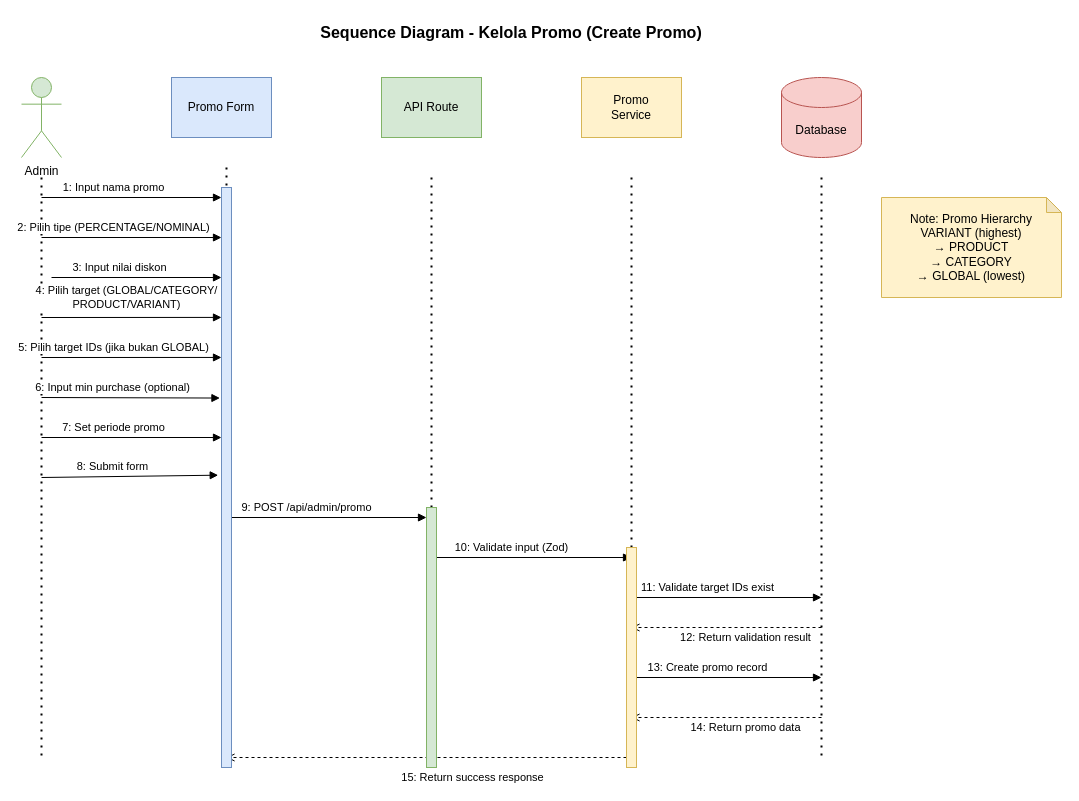
Earlier version of the draw.io diagram fordza-docs/diagrams/sequence-06-kelola-promo.drawio (Aryo1235/fordza-web). Source tidied: cells renumbered, new cells numbered last; positions are measured from the earlier drawing's top-left corner, leaving out a move shared by most shapes. Both pictures are drawn from the tidied source at 100%, with x=0, y=0 at pixel (21, 17).
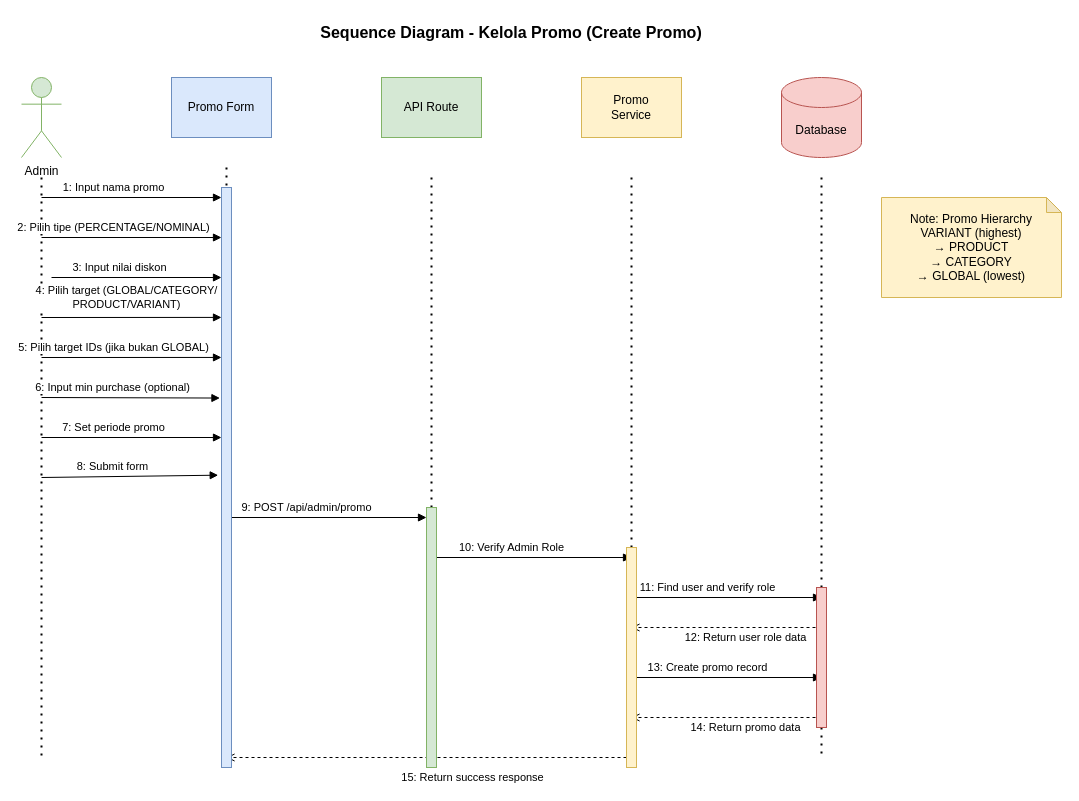
The same diagram, later.

Change to the diagram source:
```diff
@@
-    <mxCell id="12" style="endArrow=none;dashed=1;html=1;dashPattern=1 3;strokeWidth=2;" parent="1" edge="1">
+    <mxCell id="12" style="endArrow=none;dashed=1;html=1;dashPattern=1 3;strokeWidth=2;" parent="1" edge="1" source="33">
       <mxGeometry relative="1" as="geometry">
-        <mxPoint x="800" y="160" as="sourcePoint" />
         <mxPoint x="800" y="740" as="targetPoint" />
       </mxGeometry>
     </mxCell>
@@
-    <mxCell id="22" value="10: Validate input (Zod)" style="endArrow=block;endFill=1;html=1;" parent="1" edge="1">
+    <mxCell id="22" value="10: Verify Admin Role" style="endArrow=block;endFill=1;html=1;" parent="1" edge="1">
       <mxGeometry x="-0.2" y="10" relative="1" as="geometry">
         <mxPoint x="410" y="540" as="sourcePoint" />
         <mxPoint x="610" y="540" as="targetPoint" />
       </mxGeometry>
     </mxCell>
-    <mxCell id="23" value="11: Validate target IDs exist" style="endArrow=block;endFill=1;html=1;" parent="1" edge="1">
+    <mxCell id="23" value="11: Find user and verify role" style="endArrow=block;endFill=1;html=1;" parent="1" edge="1">
       <mxGeometry x="-0.2" y="10" relative="1" as="geometry">
         <mxPoint x="610" y="580" as="sourcePoint" />
         <mxPoint x="800" y="580" as="targetPoint" />
       </mxGeometry>
     </mxCell>
-    <mxCell id="24" value="12: Return validation result" style="endArrow=open;endFill=0;html=1;dashed=1;" parent="1" edge="1">
+    <mxCell id="24" value="12: Return user role data" style="endArrow=open;endFill=0;html=1;dashed=1;" parent="1" edge="1">
       <mxGeometry x="-0.2" y="10" relative="1" as="geometry">
         <mxPoint x="800" y="610" as="sourcePoint" />
         <mxPoint x="610" y="610" as="targetPoint" />
       </mxGeometry>
     </mxCell>
@@
+    <mxCell id="32" style="endArrow=none;dashed=1;html=1;dashPattern=1 3;strokeWidth=2;" parent="1" edge="1" target="33">
+      <mxGeometry relative="1" as="geometry">
+        <mxPoint x="800" y="160" as="sourcePoint" />
+      </mxGeometry>
+    </mxCell>
+    <mxCell id="33" style="rounded=0;whiteSpace=wrap;html=1;fillColor=#f8cecc;strokeColor=#b85450;" parent="1" vertex="1">
+      <mxGeometry x="795" y="570" width="10" height="140" as="geometry" />
+    </mxCell>
```
